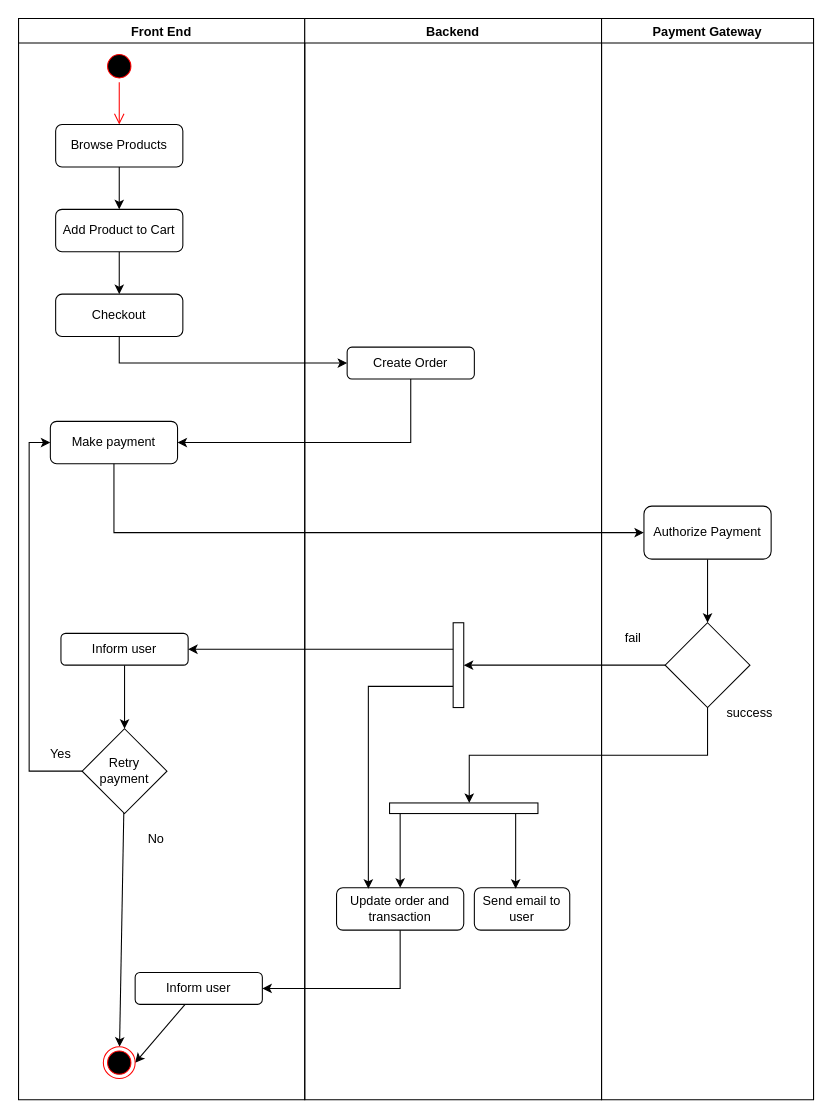
JS-Hub-ZW/Restaurant keeps this draw.io diagram as page "Activity Diagram" (2 of 2) of designs/restaurant.drawio. Above is the earlier version. Source tidied: cells renumbered, new cells numbered last; positions are measured from the earlier drawing's top-left corner, leaving out a move shared by most shapes. Both pictures are drawn from the tidied source at 106%, with x=0, y=0 at pixel (18, 18).
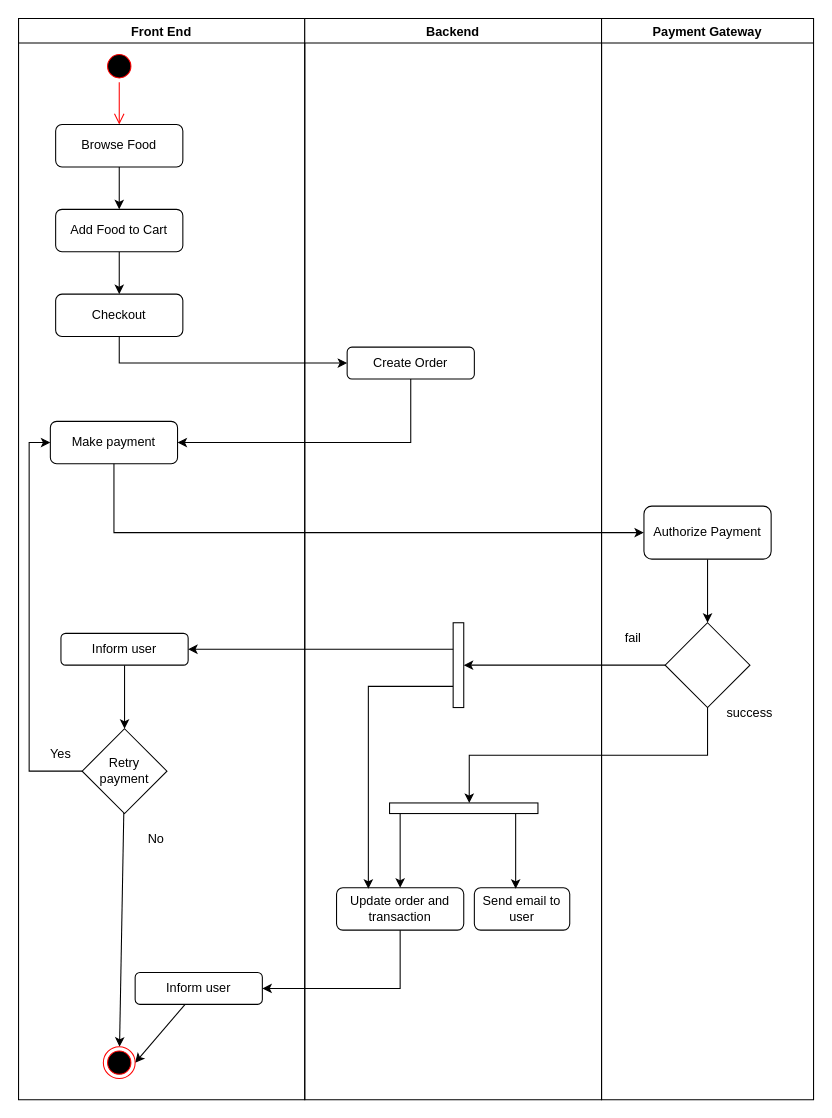
After the change.

Commit message:
Updated activity digram

The change refers to these unchanged cells:
```xml
<mxCell id="2" value="Front End" style="swimlane;sketch=0;startSize=23;" parent="1" vertex="1">
  <mxGeometry width="270" height="1020" as="geometry" />
</mxCell>
```

The edit, as a diff of the source:
```diff
@@
-    <mxCell id="6" value="Browse Products" style="rounded=1;whiteSpace=wrap;html=1;sketch=0;" parent="2" vertex="1">
+    <mxCell id="6" value="Browse Food" style="rounded=1;whiteSpace=wrap;html=1;sketch=0;" parent="2" vertex="1">
       <mxGeometry x="35" y="100" width="120" height="40" as="geometry" />
     </mxCell>
@@
-    <mxCell id="8" value="Add Product to Cart" style="rounded=1;whiteSpace=wrap;html=1;sketch=0;" parent="2" vertex="1">
+    <mxCell id="8" value="Add Food to Cart" style="rounded=1;whiteSpace=wrap;html=1;sketch=0;" parent="2" vertex="1">
       <mxGeometry x="35" y="180" width="120" height="40" as="geometry" />
     </mxCell>
```
